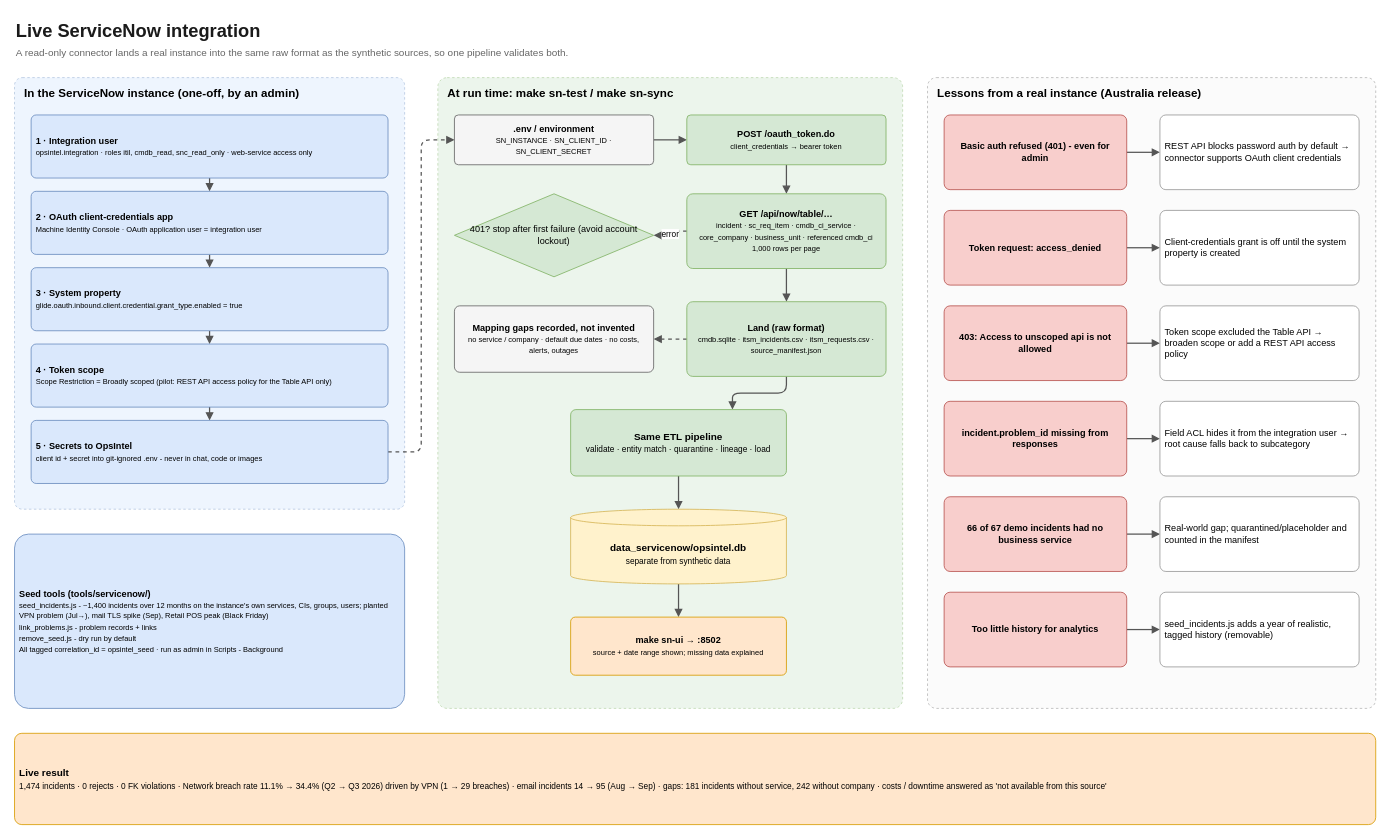
Temmytope-seun/opsintel keeps this draw.io diagram as page "10 ServiceNow integration" (10 of 10) of docs/diagrams/opsintel_architecture.drawio. Above is the earlier version. Source tidied: cells renumbered, new cells numbered last; positions are measured from the earlier drawing's top-left corner, leaving out a move shared by most shapes. Both pictures are drawn from the tidied source at 83%, with x=0, y=0 at pixel (14, 14).
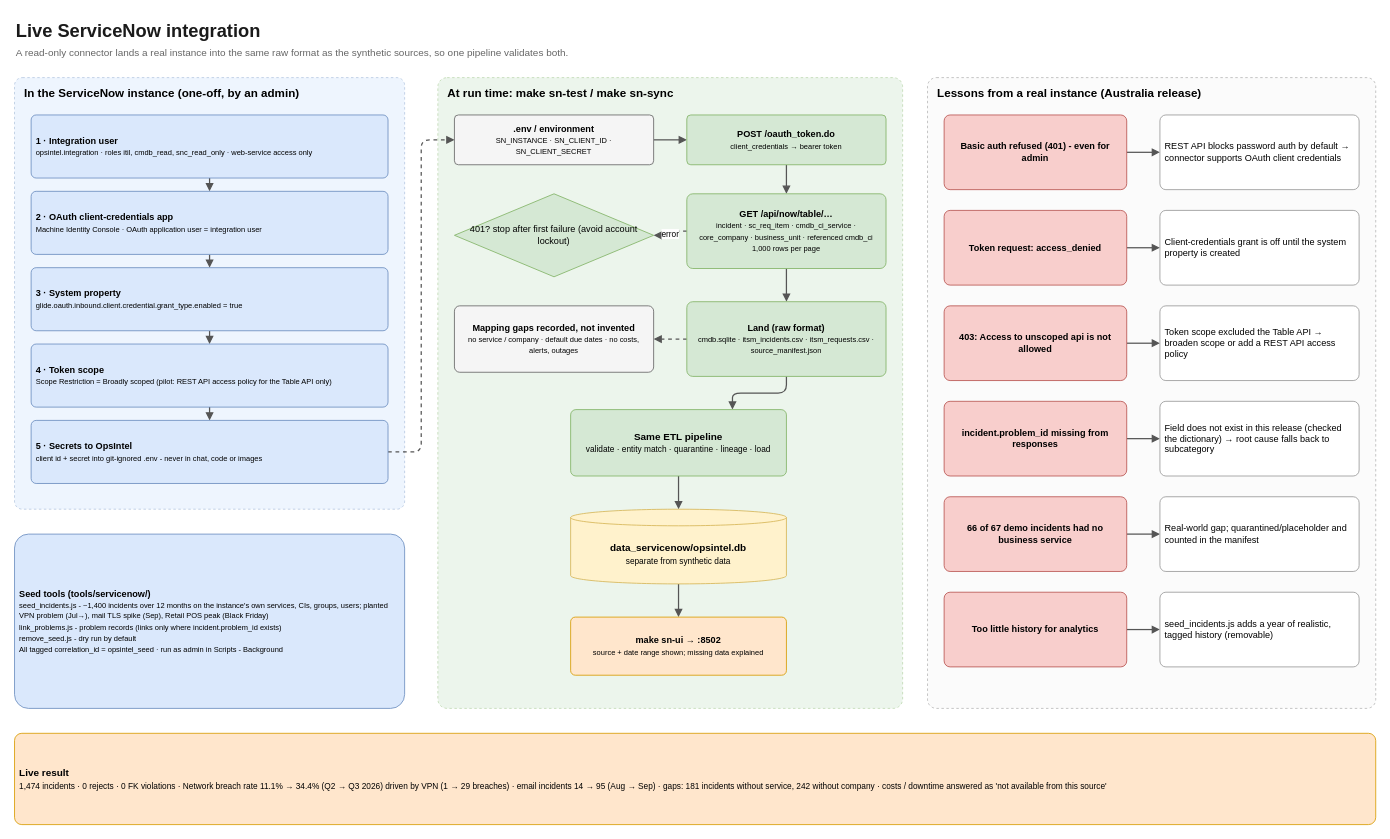
Above is the later version.

Change to the diagram source:
```diff
@@
-    <mxCell id="47" value="Field ACL hides it from the integration user → root cause falls back to subcategory" style="rounded=1;whiteSpace=wrap;html=1;fillColor=#ffffff;strokeColor=#999999;fontFamily=Helvetica;fontSize=12;fontSize=11;align=left;verticalAlign=middle;arcSize=8;spacing=6;" parent="1" vertex="1">
+    <mxCell id="47" value="Field does not exist in this release (checked the dictionary) → root cause falls back to subcategory" style="rounded=1;whiteSpace=wrap;html=1;fillColor=#ffffff;strokeColor=#999999;fontFamily=Helvetica;fontSize=12;fontSize=11;align=left;verticalAlign=middle;arcSize=8;spacing=6;" parent="1" vertex="1">
       <mxGeometry x="1380" y="466" width="240" height="90" as="geometry" />
     </mxCell>
@@
-    <mxCell id="52" value="&lt;b&gt;Seed tools (tools/servicenow/)&lt;/b&gt;&lt;br&gt;&lt;font style='font-size:9px'&gt;seed_incidents.js - ~1,400 incidents over 12 months on the instance's own services, CIs, groups, users; planted VPN problem (Jul→), mail TLS spike (Sep), Retail POS peak (Black Friday)&lt;br&gt;link_problems.js - problem records + links&lt;br&gt;remove_seed.js - dry run by default&lt;br&gt;All tagged correlation_id = opsintel_seed · run as admin in Scripts - Background&lt;/font&gt;" style="rounded=1;whiteSpace=wrap;html=1;fillColor=#dae8fc;strokeColor=#6c8ebf;fontFamily=Helvetica;fontSize=12;fontSize=11;align=left;verticalAlign=middle;arcSize=8;spacing=6;" parent="1" vertex="1">
+    <mxCell id="52" value="&lt;b&gt;Seed tools (tools/servicenow/)&lt;/b&gt;&lt;br&gt;&lt;font style='font-size:9px'&gt;seed_incidents.js - ~1,400 incidents over 12 months on the instance's own services, CIs, groups, users; planted VPN problem (Jul→), mail TLS spike (Sep), Retail POS peak (Black Friday)&lt;br&gt;link_problems.js - problem records (links only where incident.problem_id exists)&lt;br&gt;remove_seed.js - dry run by default&lt;br&gt;All tagged correlation_id = opsintel_seed · run as admin in Scripts - Background&lt;/font&gt;" style="rounded=1;whiteSpace=wrap;html=1;fillColor=#dae8fc;strokeColor=#6c8ebf;fontFamily=Helvetica;fontSize=12;fontSize=11;align=left;verticalAlign=middle;arcSize=8;spacing=6;" parent="1" vertex="1">
       <mxGeometry y="626" width="470" height="210" as="geometry" />
     </mxCell>
```
